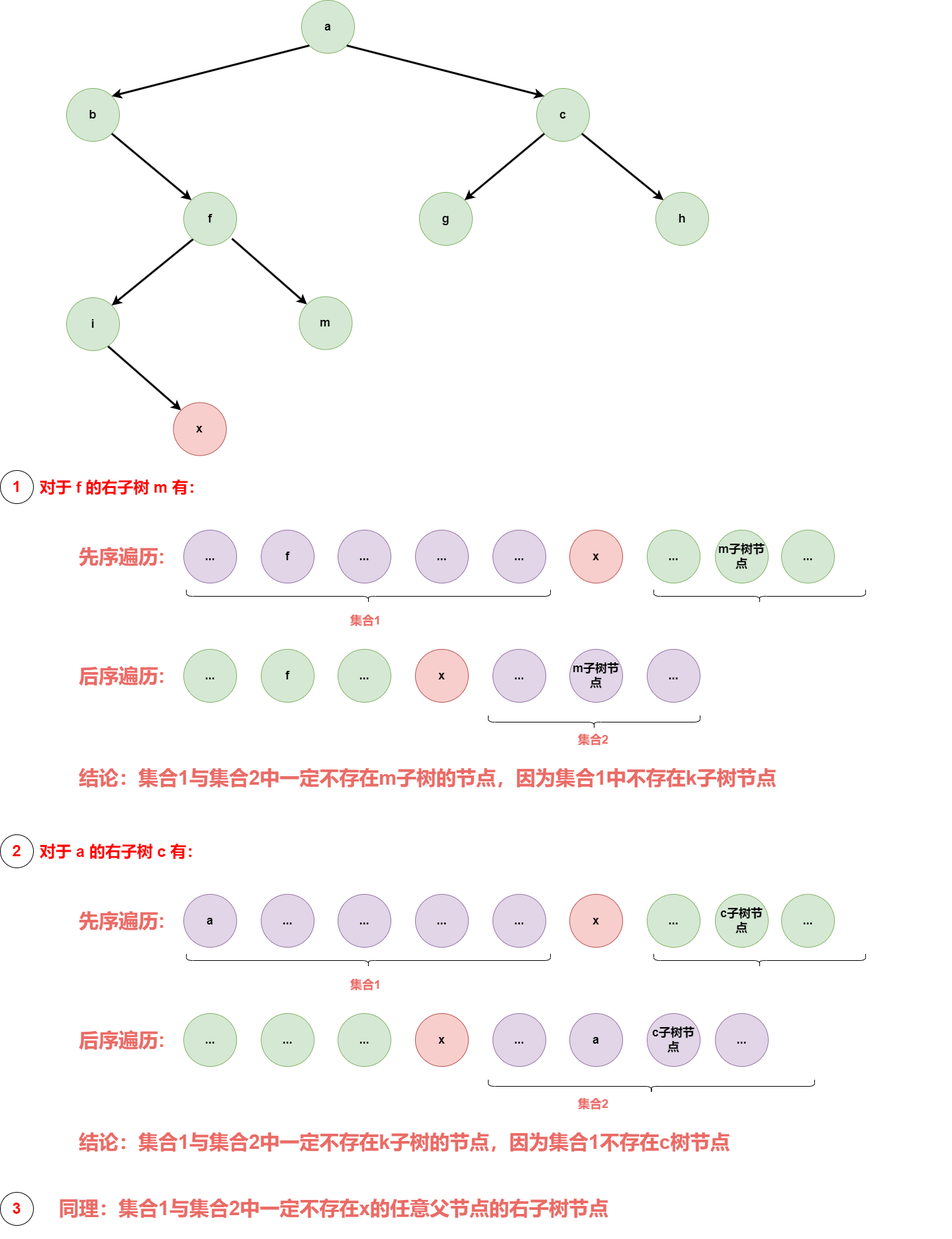
Before: algrithem/g1_data_struct_binary_tree_3_pre_pos_intersection4.drawio.png, a diagram exported from draw.io (muxicode/c153080686). Source tidied: cells renumbered, new cells last; positions are measured from the earlier drawing's top-left corner, leaving out a move shared by most shapes.
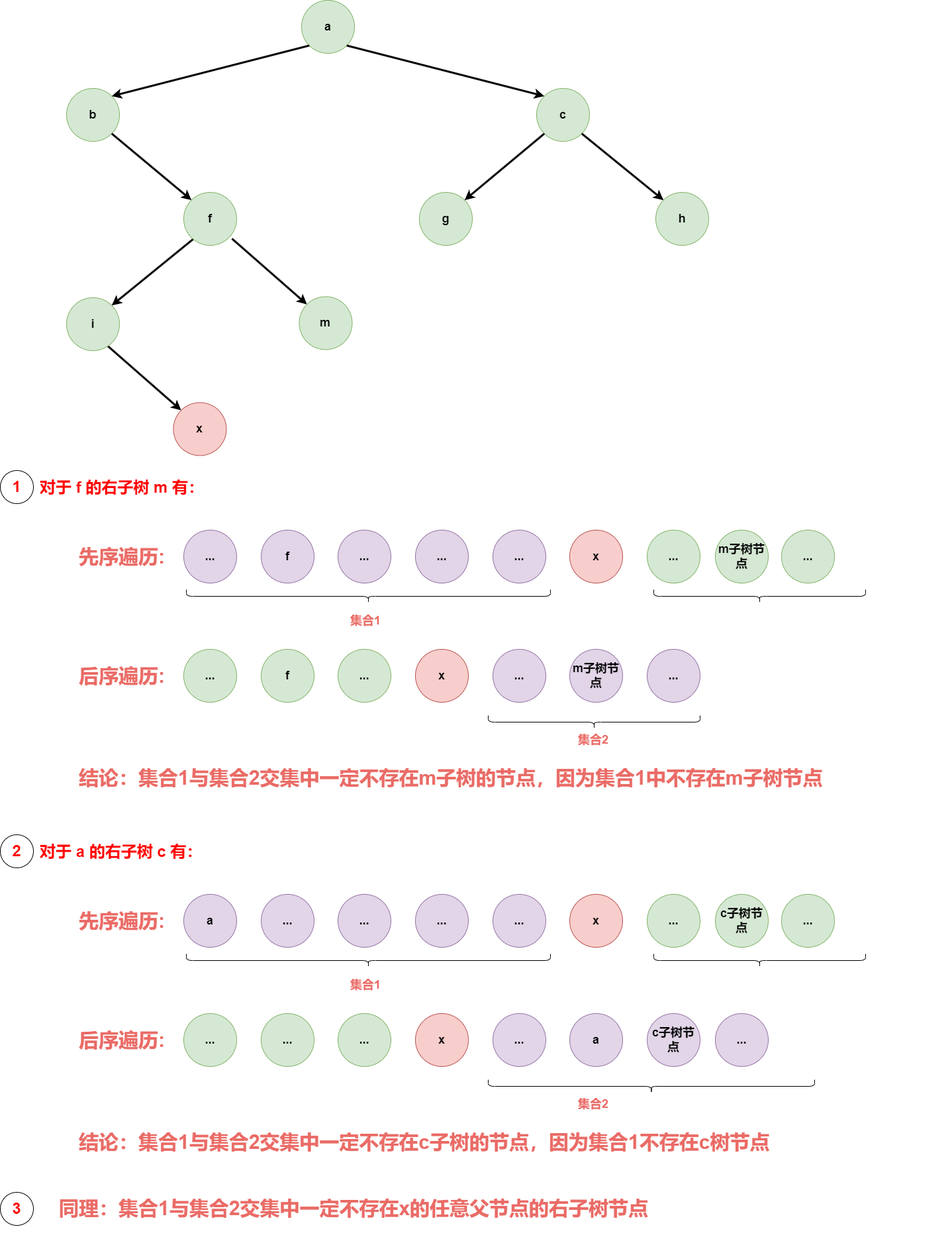
Later version of the same file.

The edit, as a diff of the source:
```diff
@@ -140,7 +140,7 @@
     <mxCell id="45" value="&lt;font color=&quot;#ff0000&quot;&gt;&lt;span style=&quot;font-size: 24px;&quot;&gt;对于 f 的右子树 m 有：&lt;/span&gt;&lt;/font&gt;" style="text;html=1;align=left;verticalAlign=middle;strokeColor=none;fillColor=none;fontStyle=1;fontSize=16;" parent="20" vertex="1">
       <mxGeometry x="57.5" y="6" width="270" height="40" as="geometry" />
     </mxCell>
-    <mxCell id="46" value="&lt;font size=&quot;1&quot; color=&quot;#ea6b66&quot;&gt;&lt;b style=&quot;font-size: 30px;&quot;&gt;结论：集合1与集合2中一定不存在m子树的节点，因为集合1中不存在k子树节点&lt;/b&gt;&lt;/font&gt;" style="text;whiteSpace=wrap;html=1;" parent="20" vertex="1">
+    <mxCell id="46" value="&lt;font size=&quot;1&quot; color=&quot;#ea6b66&quot;&gt;&lt;b style=&quot;font-size: 30px;&quot;&gt;结论：集合1与集合2&lt;/b&gt;&lt;/font&gt;&lt;b style=&quot;border-color: var(--border-color); color: rgb(234, 107, 102); font-size: 30px;&quot;&gt;交集&lt;/b&gt;&lt;font size=&quot;1&quot; color=&quot;#ea6b66&quot;&gt;&lt;b style=&quot;font-size: 30px;&quot;&gt;中一定不存在m子树的节点，因为集合1中不存在m子树节点&lt;/b&gt;&lt;/font&gt;" style="text;whiteSpace=wrap;html=1;" parent="20" vertex="1">
       <mxGeometry x="117" y="440" width="1250" height="70" as="geometry" />
     </mxCell>
     <mxCell id="47" value="&lt;span style=&quot;font-size: 18px;&quot;&gt;&lt;b&gt;m子树节点&lt;/b&gt;&lt;br style=&quot;font-size: 18px;&quot;&gt;&lt;/span&gt;" style="ellipse;whiteSpace=wrap;html=1;fillColor=#d5e8d4;strokeColor=#82b366;fontSize=18;" parent="20" vertex="1">
@@ -227,7 +227,7 @@
     <mxCell id="74" value="&lt;font color=&quot;#ff0000&quot;&gt;&lt;span style=&quot;font-size: 24px;&quot;&gt;对于 a 的右子树 c 有：&lt;/span&gt;&lt;/font&gt;" style="text;html=1;align=left;verticalAlign=middle;strokeColor=none;fillColor=none;fontStyle=1;fontSize=16;" parent="49" vertex="1">
       <mxGeometry x="57.5" y="6" width="270" height="40" as="geometry" />
     </mxCell>
-    <mxCell id="75" value="&lt;font size=&quot;1&quot; color=&quot;#ea6b66&quot;&gt;&lt;b style=&quot;font-size: 30px;&quot;&gt;结论：集合1与集合2中一定不存在k子树的节点，因为集合1不存在c树节点&lt;/b&gt;&lt;/font&gt;" style="text;whiteSpace=wrap;html=1;" parent="49" vertex="1">
+    <mxCell id="75" value="&lt;font size=&quot;1&quot; color=&quot;#ea6b66&quot;&gt;&lt;b style=&quot;font-size: 30px;&quot;&gt;结论：集合1与集合2交集中一定不存在c子树的节点，因为集合1不存在c树节点&lt;/b&gt;&lt;/font&gt;" style="text;whiteSpace=wrap;html=1;" parent="49" vertex="1">
       <mxGeometry x="117" y="440" width="1250" height="70" as="geometry" />
     </mxCell>
     <mxCell id="76" value="&lt;span style=&quot;font-size: 18px;&quot;&gt;&lt;b&gt;...&lt;/b&gt;&lt;br style=&quot;font-size: 18px;&quot;&gt;&lt;/span&gt;" style="ellipse;whiteSpace=wrap;html=1;fillColor=#d5e8d4;strokeColor=#82b366;fontSize=18;" parent="49" vertex="1">
@@ -242,7 +242,7 @@
     <mxCell id="79" value="&lt;font color=&quot;#ff0000&quot; style=&quot;font-size: 24px;&quot;&gt;3&lt;/font&gt;" style="ellipse;whiteSpace=wrap;html=1;fontStyle=1;" parent="19" vertex="1">
       <mxGeometry y="1090" width="50" height="50" as="geometry" />
     </mxCell>
-    <mxCell id="80" value="&lt;font size=&quot;1&quot; color=&quot;#ea6b66&quot;&gt;&lt;b style=&quot;font-size: 30px;&quot;&gt;同理：集合1与集合2中一定不存在x的任意父节点的右子树节点&lt;/b&gt;&lt;/font&gt;" style="text;whiteSpace=wrap;html=1;" parent="19" vertex="1">
+    <mxCell id="80" value="&lt;font size=&quot;1&quot; color=&quot;#ea6b66&quot;&gt;&lt;b style=&quot;font-size: 30px;&quot;&gt;同理：集合1与集合2&lt;/b&gt;&lt;/font&gt;&lt;b style=&quot;border-color: var(--border-color); color: rgb(234, 107, 102); font-size: 30px;&quot;&gt;交集&lt;/b&gt;&lt;font size=&quot;1&quot; color=&quot;#ea6b66&quot;&gt;&lt;b style=&quot;font-size: 30px;&quot;&gt;中一定不存在x的任意父节点的右子树节点&lt;/b&gt;&lt;/font&gt;" style="text;whiteSpace=wrap;html=1;" parent="19" vertex="1">
       <mxGeometry x="87" y="1090" width="1350" height="70" as="geometry" />
     </mxCell>
   </root>
```
